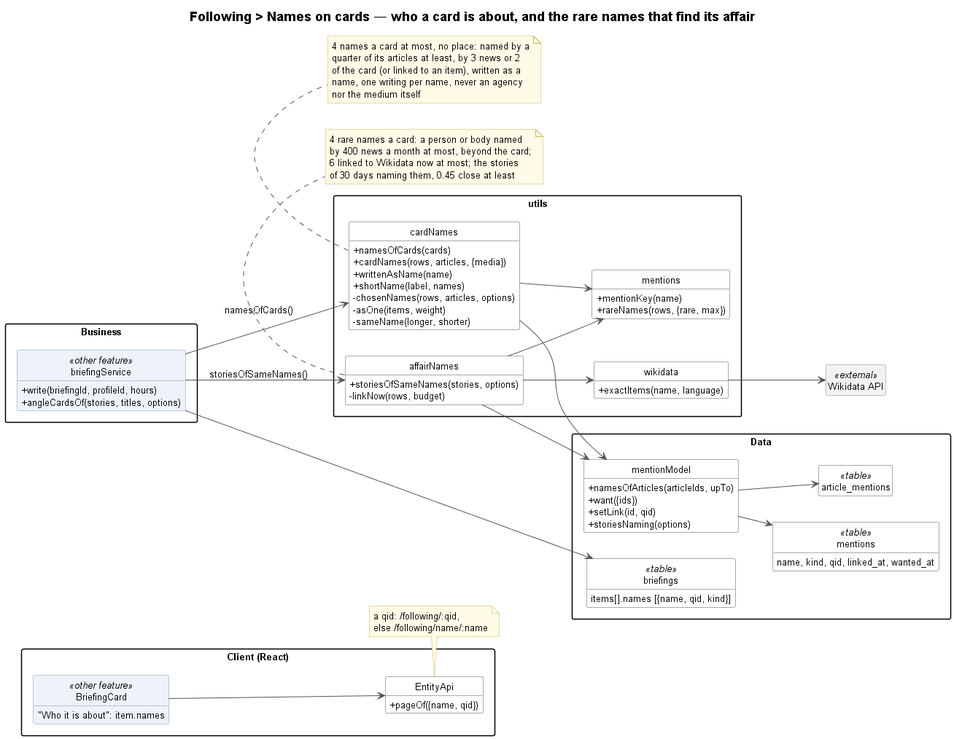
This is docs/following/names-on-cards/following-names-on-cards-class.png from TPI2026-NewsGenerator/NewsGenerator-Backend, a PlantUML export, as it was before one commit.
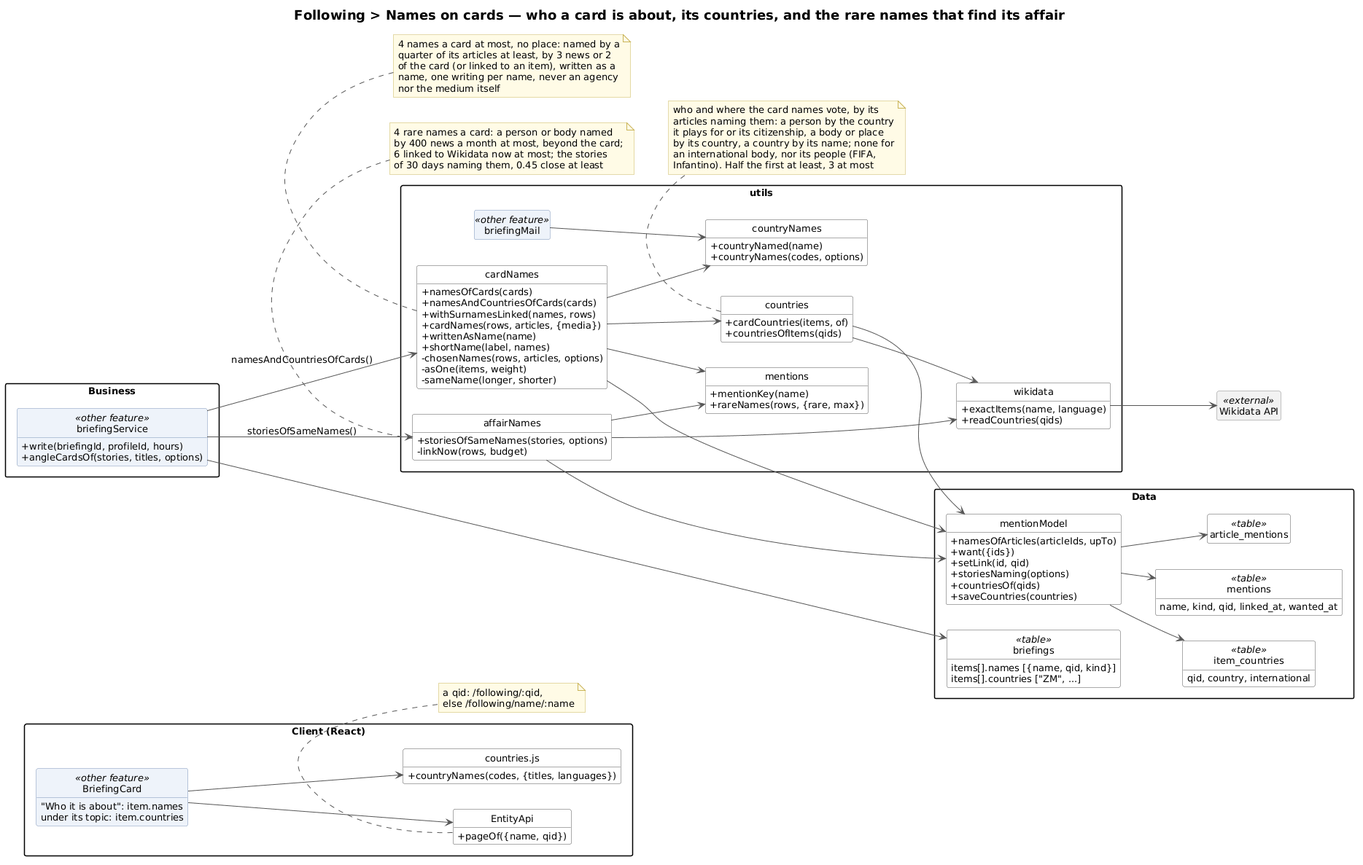
Above is the later version.

Commit message:
Diagrams of the names: places linked, the countries of the items and of a card

Change to the diagram source:
```diff
@@ -1,11 +1,15 @@
 @startuml following-names-on-cards-class
 !include ../../_style/class.iuml
 left to right direction
-title Following > Names on cards — who a card is about, and the rare names that find its affair
+title Following > Names on cards — who a card is about, its countries, and the rare names that find its affair
 
 package "Client (React)" {
     class BriefingCard <<other feature>> {
         "Who it is about": item.names
+        under its topic: item.countries
+    }
+    class "countries.js" as countriesJs {
+        + countryNames(codes, {titles, languages})
     }
     class EntityApi {
         + pageOf({name, qid})
@@ -26,6 +30,8 @@
 package "utils" {
     class cardNames {
         + namesOfCards(cards)
+        + namesAndCountriesOfCards(cards)
+        + withSurnamesLinked(names, rows)
         + cardNames(rows, articles, {media})
         + writtenAsName(name)
         + shortName(label, names)
@@ -43,8 +49,26 @@
     }
     class wikidata {
         + exactItems(name, language)
+        + readCountries(qids)
     }
+    class countries {
+        + cardCountries(items, of)
+        + countriesOfItems(qids)
+    }
+    class countryNames {
+        + countryNamed(name)
+        + countryNames(codes, options)
+    }
+    class briefingMail <<other feature>>
 }
+note bottom of countries
+    who and where the card names vote, by its
+    articles naming them: a person by the country
+    it plays for or its citizenship, a body or place
+    by its country, a country by its name; none for
+    an international body, nor its people (FIFA,
+    Infantino). Half the first at least, 3 at most
+end note
 note bottom of cardNames
     4 names a card at most, no place: named by a
     quarter of its articles at least, by 3 news or 2
@@ -65,6 +89,8 @@
         + want({ids})
         + setLink(id, qid)
         + storiesNaming(options)
+        + countriesOf(qids)
+        + saveCountries(countries)
     }
     class "mentions" as mentionsTable <<table>> {
         name, kind, qid, linked_at, wanted_at
@@ -72,13 +98,23 @@
     class "article_mentions" as am <<table>>
     class "briefings" as briefings <<table>> {
         items[].names [{name, qid, kind}]
+        items[].countries ["ZM", ...]
+    }
+    class "item_countries" as itemCountries <<table>> {
+        qid, country, international
     }
 }
 
 class "Wikidata API" as WikidataApi <<external>>
 
 BriefingCard --> EntityApi
-briefingService --> cardNames : namesOfCards()
+BriefingCard --> countriesJs
+briefingService --> cardNames : namesAndCountriesOfCards()
+briefingMail --> countryNames
+cardNames --> countries
+cardNames --> countryNames
+countries --> wikidata
+countries --> mentionModel
 briefingService --> affairNames : storiesOfSameNames()
 briefingService --> briefings
 cardNames --> mentions
@@ -89,4 +125,5 @@
 wikidata --> WikidataApi
 mentionModel --> mentionsTable
 mentionModel --> am
+mentionModel --> itemCountries
 @enduml
```
